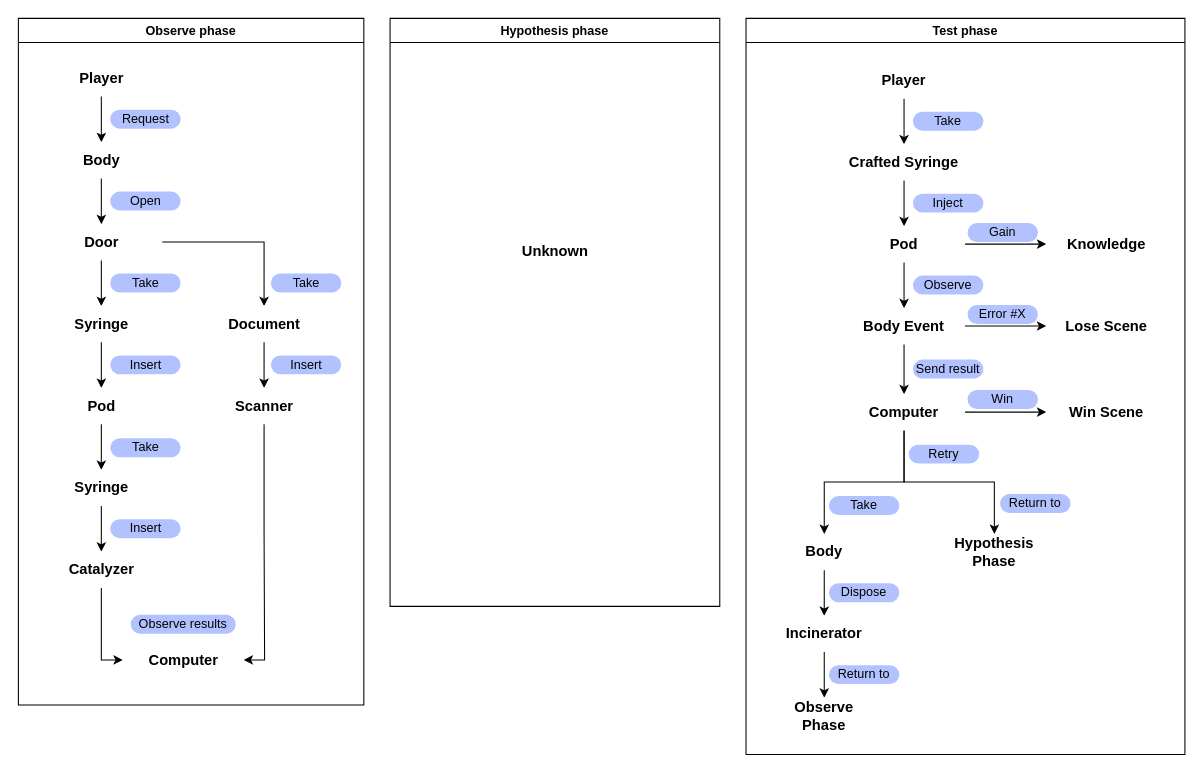
Above: page "Game Loop" (2 of 2) of Docs/TheLabArchitecture.drawio in Making-Games-ITU/TheLab (draw.io), before the change. Source tidied: cells renumbered, new cells numbered last; positions are measured from the earlier drawing's top-left corner, leaving out a move shared by most shapes. Both pictures are drawn from the tidied source at 105%, with x=0, y=0 at pixel (18, 18).
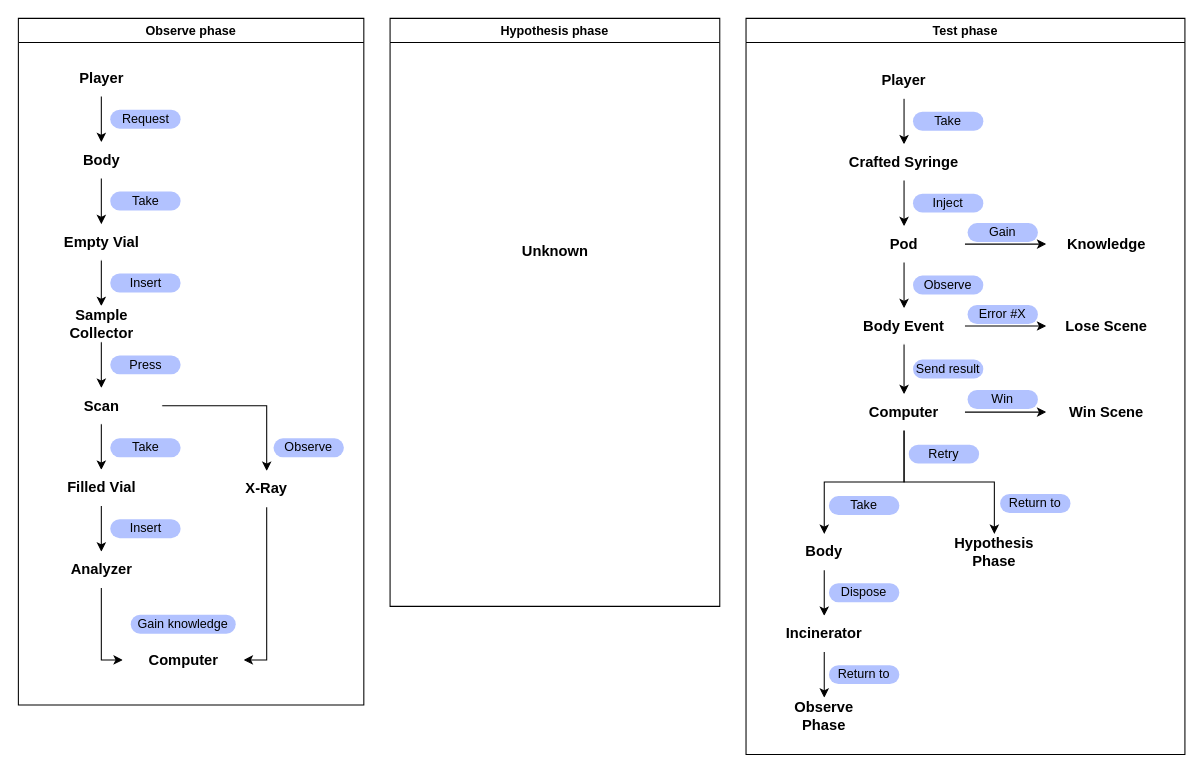
After the change.

The change refers to these unchanged cells:
```xml
<mxCell id="2" value="Observe phase" style="swimlane;whiteSpace=wrap;html=1;" parent="1" vertex="1">
  <mxGeometry width="329" height="654" as="geometry" />
</mxCell>
<mxCell id="27" value="&lt;div&gt;&lt;b&gt;&lt;font style=&quot;font-size: 14px;&quot;&gt;Computer&lt;/font&gt;&lt;/b&gt;&lt;/div&gt;" style="rounded=1;whiteSpace=wrap;html=1;roundedPerimeter=1;arcSize=31;strokeColor=light-dark(#FFFFFF,#006666);fillColor=none;" parent="2" vertex="1">
  <mxGeometry x="99.5" y="594" width="115" height="34" as="geometry" />
</mxCell>
```

Change to the diagram source:
```diff
@@
-    <mxCell id="6" style="edgeStyle=orthogonalEdgeStyle;rounded=0;jettySize=auto;html=1;exitX=1;exitY=0.5;exitDx=0;exitDy=0;entryX=0.5;entryY=0;entryDx=0;entryDy=0;" parent="2" edge="1" source="7" target="19">
-      <mxGeometry relative="1" as="geometry" />
-    </mxCell>
-    <mxCell id="7" value="&lt;div&gt;&lt;b&gt;&lt;font style=&quot;font-size: 14px;&quot;&gt;Door&lt;/font&gt;&lt;/b&gt;&lt;/div&gt;" style="rounded=1;whiteSpace=wrap;html=1;roundedPerimeter=1;arcSize=31;strokeColor=light-dark(#FFFFFF,#006666);fillColor=none;" parent="2" vertex="1">
+    <mxCell id="7" value="&lt;div&gt;&lt;b&gt;&lt;font style=&quot;font-size: 14px;&quot;&gt;Empty Vial&lt;/font&gt;&lt;/b&gt;&lt;/div&gt;" style="rounded=1;whiteSpace=wrap;html=1;roundedPerimeter=1;arcSize=31;strokeColor=light-dark(#FFFFFF,#006666);fillColor=none;" parent="2" vertex="1">
       <mxGeometry x="21.5" y="196" width="115" height="34" as="geometry" />
     </mxCell>
@@
-    <mxCell id="9" value="&lt;div&gt;&lt;b&gt;&lt;font style=&quot;font-size: 14px;&quot;&gt;Syringe&lt;/font&gt;&lt;/b&gt;&lt;/div&gt;" style="rounded=1;whiteSpace=wrap;html=1;roundedPerimeter=1;arcSize=31;strokeColor=light-dark(#FFFFFF,#006666);fillColor=none;" parent="2" vertex="1">
+    <mxCell id="9" value="&lt;div&gt;&lt;b&gt;&lt;font style=&quot;font-size: 14px;&quot;&gt;Sample Collector&lt;/font&gt;&lt;/b&gt;&lt;/div&gt;" style="rounded=1;whiteSpace=wrap;html=1;roundedPerimeter=1;arcSize=31;strokeColor=light-dark(#FFFFFF,#006666);fillColor=none;" parent="2" vertex="1">
       <mxGeometry x="21.5" y="274" width="115" height="34" as="geometry" />
     </mxCell>
-    <mxCell id="10" value="&lt;font&gt;Open&lt;/font&gt;" style="rounded=1;whiteSpace=wrap;html=1;roundedPerimeter=1;fillColor=light-dark(#B2C2FF,#660033);strokeColor=none;fontColor=default;fillStyle=solid;gradientColor=none;arcSize=50;verticalAlign=middle;labelPosition=center;verticalLabelPosition=middle;align=center;" parent="2" vertex="1">
+    <mxCell id="10" value="&lt;font&gt;Take&lt;/font&gt;" style="rounded=1;whiteSpace=wrap;html=1;roundedPerimeter=1;fillColor=light-dark(#B2C2FF,#660033);strokeColor=none;fontColor=default;fillStyle=solid;gradientColor=none;arcSize=50;verticalAlign=middle;labelPosition=center;verticalLabelPosition=middle;align=center;" parent="2" vertex="1">
       <mxGeometry x="87.5" y="165" width="67" height="18" as="geometry" />
     </mxCell>
@@
+    <mxCell id="70" style="edgeStyle=orthogonalEdgeStyle;rounded=0;jettySize=auto;html=1;exitX=1;exitY=0.5;exitDx=0;exitDy=0;entryX=0.5;entryY=0;entryDx=0;entryDy=0;" parent="2" edge="1" source="13" target="19">
+      <mxGeometry relative="1" as="geometry" />
+    </mxCell>
-    <mxCell id="13" value="&lt;div&gt;&lt;b&gt;&lt;font style=&quot;font-size: 14px;&quot;&gt;Pod&lt;/font&gt;&lt;/b&gt;&lt;/div&gt;" style="rounded=1;whiteSpace=wrap;html=1;roundedPerimeter=1;arcSize=31;strokeColor=light-dark(#FFFFFF,#006666);fillColor=none;" parent="2" vertex="1">
+    <mxCell id="13" value="&lt;div&gt;&lt;b&gt;&lt;font style=&quot;font-size: 14px;&quot;&gt;Scan&lt;/font&gt;&lt;/b&gt;&lt;/div&gt;" style="rounded=1;whiteSpace=wrap;html=1;roundedPerimeter=1;arcSize=31;strokeColor=light-dark(#FFFFFF,#006666);fillColor=none;" parent="2" vertex="1">
       <mxGeometry x="21.5" y="352" width="115" height="34" as="geometry" />
     </mxCell>
-    <mxCell id="14" value="&lt;font&gt;Insert&lt;/font&gt;" style="rounded=1;whiteSpace=wrap;html=1;roundedPerimeter=1;fillColor=light-dark(#B2C2FF,#660033);strokeColor=none;fontColor=default;fillStyle=solid;gradientColor=none;arcSize=50;verticalAlign=middle;labelPosition=center;verticalLabelPosition=middle;align=center;" parent="2" vertex="1">
+    <mxCell id="14" value="Press" style="rounded=1;whiteSpace=wrap;html=1;roundedPerimeter=1;fillColor=light-dark(#B2C2FF,#660033);strokeColor=none;fontColor=default;fillStyle=solid;gradientColor=none;arcSize=50;verticalAlign=middle;labelPosition=center;verticalLabelPosition=middle;align=center;" parent="2" vertex="1">
       <mxGeometry x="87.5" y="321" width="67" height="18" as="geometry" />
     </mxCell>
@@
-    <mxCell id="16" value="&lt;div&gt;&lt;b&gt;&lt;font style=&quot;font-size: 14px;&quot;&gt;Syringe&lt;/font&gt;&lt;/b&gt;&lt;/div&gt;" style="rounded=1;whiteSpace=wrap;html=1;roundedPerimeter=1;arcSize=31;strokeColor=light-dark(#FFFFFF,#006666);fillColor=none;" parent="2" vertex="1">
+    <mxCell id="16" value="&lt;div&gt;&lt;b&gt;&lt;font style=&quot;font-size: 14px;&quot;&gt;Filled Vial&lt;/font&gt;&lt;/b&gt;&lt;/div&gt;" style="rounded=1;whiteSpace=wrap;html=1;roundedPerimeter=1;arcSize=31;strokeColor=light-dark(#FFFFFF,#006666);fillColor=none;" parent="2" vertex="1">
       <mxGeometry x="21.5" y="430" width="115" height="34" as="geometry" />
     </mxCell>
@@
-    <mxCell id="18" style="edgeStyle=orthogonalEdgeStyle;rounded=0;jettySize=auto;html=1;exitX=0.5;exitY=1;exitDx=0;exitDy=0;" parent="2" edge="1" source="19" target="22">
+    <mxCell id="18" style="edgeStyle=orthogonalEdgeStyle;rounded=0;jettySize=auto;html=1;exitX=0.5;exitY=1;exitDx=0;exitDy=0;entryX=1;entryY=0.5;entryDx=0;entryDy=0;" parent="2" edge="1" source="19" target="27">
       <mxGeometry relative="1" as="geometry" />
     </mxCell>
-    <mxCell id="19" value="&lt;div&gt;&lt;b&gt;&lt;font style=&quot;font-size: 14px;&quot;&gt;Document&lt;/font&gt;&lt;/b&gt;&lt;/div&gt;" style="rounded=1;whiteSpace=wrap;html=1;roundedPerimeter=1;arcSize=31;strokeColor=light-dark(#FFFFFF,#006666);fillColor=none;" parent="2" vertex="1">
-      <mxGeometry x="176.5" y="274" width="115" height="34" as="geometry" />
+    <mxCell id="19" value="&lt;span style=&quot;font-size: 14px;&quot;&gt;&lt;b&gt;X-Ray&lt;/b&gt;&lt;/span&gt;" style="rounded=1;whiteSpace=wrap;html=1;roundedPerimeter=1;arcSize=31;strokeColor=light-dark(#FFFFFF,#006666);fillColor=none;" parent="2" vertex="1">
+      <mxGeometry x="179" y="431" width="115" height="34" as="geometry" />
     </mxCell>
-    <mxCell id="20" value="&lt;font&gt;Take&lt;/font&gt;" style="rounded=1;whiteSpace=wrap;html=1;roundedPerimeter=1;fillColor=light-dark(#B2C2FF,#660033);strokeColor=none;fontColor=default;fillStyle=solid;gradientColor=none;arcSize=50;verticalAlign=middle;labelPosition=center;verticalLabelPosition=middle;align=center;" parent="2" vertex="1">
+    <mxCell id="20" value="Insert" style="rounded=1;whiteSpace=wrap;html=1;roundedPerimeter=1;fillColor=light-dark(#B2C2FF,#660033);strokeColor=none;fontColor=default;fillStyle=solid;gradientColor=none;arcSize=50;verticalAlign=middle;labelPosition=center;verticalLabelPosition=middle;align=center;" parent="2" vertex="1">
       <mxGeometry x="87.5" y="243" width="67" height="18" as="geometry" />
     </mxCell>
-    <mxCell id="21" style="edgeStyle=orthogonalEdgeStyle;rounded=0;jettySize=auto;html=1;exitX=0.5;exitY=1;exitDx=0;exitDy=0;entryX=1;entryY=0.5;entryDx=0;entryDy=0;" parent="2" edge="1" source="22" target="27">
-      <mxGeometry relative="1" as="geometry" />
-    </mxCell>
-    <mxCell id="22" value="&lt;div&gt;&lt;b&gt;&lt;font style=&quot;font-size: 14px;&quot;&gt;Scanner&lt;/font&gt;&lt;/b&gt;&lt;/div&gt;" style="rounded=1;whiteSpace=wrap;html=1;roundedPerimeter=1;arcSize=31;strokeColor=light-dark(#FFFFFF,#006666);fillColor=none;" parent="2" vertex="1">
-      <mxGeometry x="176.5" y="352" width="115" height="34" as="geometry" />
-    </mxCell>
-    <mxCell id="23" value="&lt;font&gt;Insert&lt;/font&gt;" style="rounded=1;whiteSpace=wrap;html=1;roundedPerimeter=1;fillColor=light-dark(#B2C2FF,#660033);strokeColor=none;fontColor=default;fillStyle=solid;gradientColor=none;arcSize=50;verticalAlign=middle;labelPosition=center;verticalLabelPosition=middle;align=center;" parent="2" vertex="1">
-      <mxGeometry x="240.5" y="321" width="67" height="18" as="geometry" />
-    </mxCell>
@@
-    <mxCell id="25" value="&lt;div&gt;&lt;b&gt;&lt;font style=&quot;font-size: 14px;&quot;&gt;Catalyzer&lt;/font&gt;&lt;/b&gt;&lt;/div&gt;" style="rounded=1;whiteSpace=wrap;html=1;roundedPerimeter=1;arcSize=31;strokeColor=light-dark(#FFFFFF,#006666);fillColor=none;" parent="2" vertex="1">
+    <mxCell id="25" value="&lt;div&gt;&lt;b&gt;&lt;font style=&quot;font-size: 14px;&quot;&gt;Analyzer&lt;/font&gt;&lt;/b&gt;&lt;/div&gt;" style="rounded=1;whiteSpace=wrap;html=1;roundedPerimeter=1;arcSize=31;strokeColor=light-dark(#FFFFFF,#006666);fillColor=none;" parent="2" vertex="1">
       <mxGeometry x="21.5" y="508" width="115" height="34" as="geometry" />
     </mxCell>
@@
-    <mxCell id="28" value="&lt;font&gt;Observe results&lt;/font&gt;" style="rounded=1;whiteSpace=wrap;html=1;roundedPerimeter=1;fillColor=light-dark(#B2C2FF,#660033);strokeColor=none;fontColor=default;fillStyle=solid;gradientColor=none;arcSize=50;verticalAlign=middle;labelPosition=center;verticalLabelPosition=middle;align=center;" parent="2" vertex="1">
+    <mxCell id="28" value="Gain knowledge" style="rounded=1;whiteSpace=wrap;html=1;roundedPerimeter=1;fillColor=light-dark(#B2C2FF,#660033);strokeColor=none;fontColor=default;fillStyle=solid;gradientColor=none;arcSize=50;verticalAlign=middle;labelPosition=center;verticalLabelPosition=middle;align=center;" parent="2" vertex="1">
       <mxGeometry x="107" y="568" width="100" height="18" as="geometry" />
     </mxCell>
@@
-    <mxCell id="31" value="&lt;font&gt;Take&lt;/font&gt;" style="rounded=1;whiteSpace=wrap;html=1;roundedPerimeter=1;fillColor=light-dark(#B2C2FF,#660033);strokeColor=none;fontColor=default;fillStyle=solid;gradientColor=none;arcSize=50;verticalAlign=middle;labelPosition=center;verticalLabelPosition=middle;align=center;" parent="2" vertex="1">
-      <mxGeometry x="240.5" y="243" width="67" height="18" as="geometry" />
+    <mxCell id="31" value="&lt;font&gt;Observe&lt;/font&gt;" style="rounded=1;whiteSpace=wrap;html=1;roundedPerimeter=1;fillColor=light-dark(#B2C2FF,#660033);strokeColor=none;fontColor=default;fillStyle=solid;gradientColor=none;arcSize=50;verticalAlign=middle;labelPosition=center;verticalLabelPosition=middle;align=center;" parent="2" vertex="1">
+      <mxGeometry x="243" y="400" width="67" height="18" as="geometry" />
     </mxCell>
```
